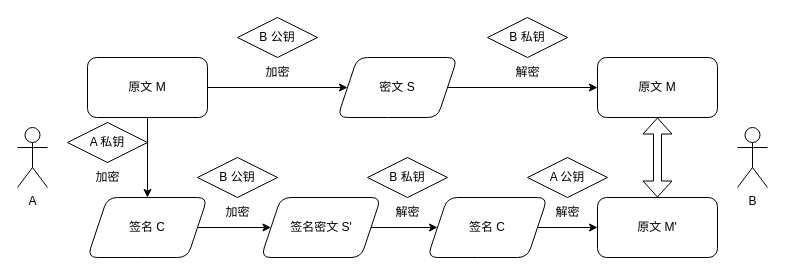
This is 利用RSA进行数字签名的过程.drawio from ETXIN/drawio, a draw.io file, before an edit. Source tidied: cells renumbered, new cells numbered last; positions are measured from the earlier drawing's top-left corner, leaving out a move shared by most shapes. Both pictures are drawn from the tidied source at 100%, with x=0, y=0 at pixel (17, 17).
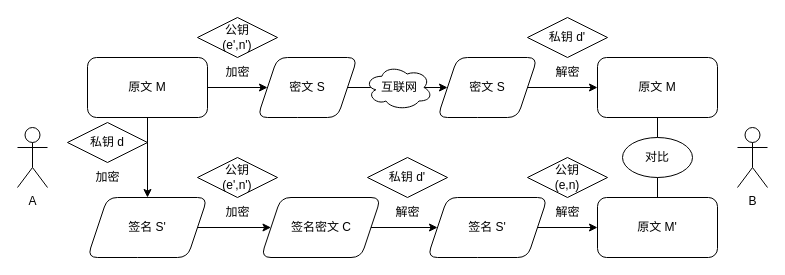
Above is the later version.

Commit message:
更新利用RSA进行数字签名的过程.drawio

The change refers to these unchanged cells:
```xml
<mxCell id="7" value="原文 M" style="whiteSpace=wrap;html=1;rounded=1;" parent="1" vertex="1">
  <mxGeometry x="580" y="40" width="120" height="60" as="geometry" />
</mxCell>
<mxCell id="19" value="原文 M'" style="whiteSpace=wrap;html=1;rounded=1;" parent="1" vertex="1">
  <mxGeometry x="580" y="180" width="120" height="60" as="geometry" />
</mxCell>
```

What changed in the source:
```diff
@@
-    <mxCell id="5" style="edgeStyle=orthogonalEdgeStyle;rounded=0;jettySize=auto;html=1;" parent="1" edge="1" source="6" target="7">
-      <mxGeometry relative="1" as="geometry" />
-    </mxCell>
+    <mxCell id="30" style="edgeStyle=orthogonalEdgeStyle;rounded=0;jettySize=auto;html=1;exitX=1;exitY=0.5;exitDx=0;exitDy=0;entryX=0;entryY=0.5;entryDx=0;entryDy=0;endArrow=classic;endFill=1;" parent="1" edge="1" source="6" target="33">
+      <mxGeometry relative="1" as="geometry" />
+    </mxCell>
     <mxCell id="6" value="密文 S" style="shape=parallelogram;perimeter=parallelogramPerimeter;whiteSpace=wrap;html=1;fixedSize=1;rounded=1;" parent="1" vertex="1">
-      <mxGeometry x="320" y="40" width="120" height="60" as="geometry" />
+      <mxGeometry x="240" y="40" width="100" height="60" as="geometry" />
     </mxCell>
+    <mxCell id="31" style="edgeStyle=orthogonalEdgeStyle;rounded=0;jettySize=auto;html=1;exitX=0.5;exitY=1;exitDx=0;exitDy=0;endArrow=none;endFill=0;" parent="1" edge="1" source="7" target="36">
+      <mxGeometry relative="1" as="geometry" />
+    </mxCell>
@@
     <mxCell id="8" value="&lt;div&gt;加密&lt;/div&gt;" style="text;html=1;align=center;verticalAlign=middle;strokeColor=none;fillColor=none;" parent="1" vertex="1">
-      <mxGeometry x="235" y="40" width="50" height="30" as="geometry" />
+      <mxGeometry x="195" y="40" width="50" height="30" as="geometry" />
     </mxCell>
     <mxCell id="9" value="&lt;div&gt;解密&lt;/div&gt;" style="text;align=center;verticalAlign=middle;strokeColor=none;fillColor=none;html=1;" parent="1" vertex="1">
-      <mxGeometry x="485" y="40" width="50" height="30" as="geometry" />
+      <mxGeometry x="525" y="40" width="50" height="30" as="geometry" />
     </mxCell>
-    <mxCell id="10" value="&lt;div&gt;B 公钥&lt;/div&gt;" style="rhombus;whiteSpace=wrap;html=1;fillColor=default;" parent="1" vertex="1">
-      <mxGeometry x="220" width="80" height="40" as="geometry" />
+    <mxCell id="10" value="&lt;div&gt;公钥&lt;/div&gt;&lt;div&gt;(e',n')&lt;/div&gt;" style="rhombus;whiteSpace=wrap;html=1;fillColor=default;" parent="1" vertex="1">
+      <mxGeometry x="180" width="80" height="40" as="geometry" />
     </mxCell>
-    <mxCell id="11" value="&lt;div&gt;B 私钥&lt;/div&gt;" style="rhombus;whiteSpace=wrap;html=1;fillColor=default;" parent="1" vertex="1">
-      <mxGeometry x="470" width="80" height="40" as="geometry" />
+    <mxCell id="11" value="&lt;div&gt;私钥 d'&lt;/div&gt;" style="rhombus;whiteSpace=wrap;html=1;fillColor=default;" parent="1" vertex="1">
+      <mxGeometry x="510" width="80" height="40" as="geometry" />
     </mxCell>
@@
-    <mxCell id="14" value="签名 C" style="shape=parallelogram;perimeter=parallelogramPerimeter;whiteSpace=wrap;html=1;fixedSize=1;rounded=1;" parent="1" vertex="1">
+    <mxCell id="14" value="签名 S'" style="shape=parallelogram;perimeter=parallelogramPerimeter;whiteSpace=wrap;html=1;fixedSize=1;rounded=1;" parent="1" vertex="1">
       <mxGeometry x="70" y="180" width="120" height="60" as="geometry" />
     </mxCell>
@@
-    <mxCell id="16" value="签名密文 S'" style="shape=parallelogram;perimeter=parallelogramPerimeter;whiteSpace=wrap;html=1;fixedSize=1;rounded=1;" parent="1" vertex="1">
+    <mxCell id="16" value="签名密文 C" style="shape=parallelogram;perimeter=parallelogramPerimeter;whiteSpace=wrap;html=1;fixedSize=1;rounded=1;" parent="1" vertex="1">
       <mxGeometry x="243.5" y="180" width="120" height="60" as="geometry" />
     </mxCell>
@@
-    <mxCell id="18" value="签名 C" style="shape=parallelogram;perimeter=parallelogramPerimeter;whiteSpace=wrap;html=1;fixedSize=1;rounded=1;" parent="1" vertex="1">
+    <mxCell id="18" value="签名 S'" style="shape=parallelogram;perimeter=parallelogramPerimeter;whiteSpace=wrap;html=1;fixedSize=1;rounded=1;" parent="1" vertex="1">
       <mxGeometry x="410" y="180" width="120" height="60" as="geometry" />
     </mxCell>
@@
-    <mxCell id="20" style="shape=flexArrow;endArrow=classic;startArrow=classic;html=1;rounded=0;strokeColor=default;entryX=0.5;entryY=1;entryDx=0;entryDy=0;exitX=0.5;exitY=0;exitDx=0;exitDy=0;startSize=5;endSize=5;width=8;" parent="1" edge="1" source="19" target="7">
-      <mxGeometry relative="1" as="geometry" />
-    </mxCell>
@@
-    <mxCell id="23" value="&lt;div&gt;B 公钥&lt;/div&gt;" style="rhombus;whiteSpace=wrap;html=1;fillColor=default;" parent="1" vertex="1">
+    <mxCell id="23" value="&lt;div&gt;公钥&lt;/div&gt;&lt;div&gt;(e',n')&lt;br&gt;&lt;/div&gt;" style="rhombus;whiteSpace=wrap;html=1;fillColor=default;" parent="1" vertex="1">
       <mxGeometry x="180" y="140" width="80" height="40" as="geometry" />
     </mxCell>
@@
-    <mxCell id="25" value="&lt;div&gt;B 私钥&lt;/div&gt;" style="rhombus;whiteSpace=wrap;html=1;fillColor=default;" parent="1" vertex="1">
+    <mxCell id="25" value="&lt;div&gt;私钥 d'&lt;br&gt;&lt;/div&gt;" style="rhombus;whiteSpace=wrap;html=1;fillColor=default;" parent="1" vertex="1">
       <mxGeometry x="350" y="140" width="80" height="40" as="geometry" />
     </mxCell>
-    <mxCell id="26" value="&lt;div&gt;A 私钥&lt;br&gt;&lt;/div&gt;" style="rhombus;whiteSpace=wrap;html=1;fillColor=default;" parent="1" vertex="1">
+    <mxCell id="26" value="&lt;div&gt;私钥 d&lt;br&gt;&lt;/div&gt;" style="rhombus;whiteSpace=wrap;html=1;fillColor=default;" parent="1" vertex="1">
       <mxGeometry x="50" y="105" width="80" height="40" as="geometry" />
     </mxCell>
@@
-    <mxCell id="29" value="A 公钥" style="rhombus;whiteSpace=wrap;html=1;fillColor=default;" parent="1" vertex="1">
+    <mxCell id="29" value="&lt;div&gt;公钥&lt;br&gt;&lt;/div&gt;(e,n)" style="rhombus;whiteSpace=wrap;html=1;fillColor=default;" parent="1" vertex="1">
       <mxGeometry x="510" y="140" width="80" height="40" as="geometry" />
     </mxCell>
+    <mxCell id="32" style="edgeStyle=orthogonalEdgeStyle;rounded=0;jettySize=auto;html=1;exitX=1;exitY=0.5;exitDx=0;exitDy=0;endArrow=classic;endFill=1;" parent="1" edge="1" source="33" target="7">
+      <mxGeometry relative="1" as="geometry" />
+    </mxCell>
+    <mxCell id="33" value="密文 S" style="shape=parallelogram;perimeter=parallelogramPerimeter;whiteSpace=wrap;html=1;fixedSize=1;rounded=1;" parent="1" vertex="1">
+      <mxGeometry x="420" y="40" width="100" height="60" as="geometry" />
+    </mxCell>
+    <mxCell id="34" value="互联网" style="ellipse;shape=cloud;whiteSpace=wrap;html=1;" parent="1" vertex="1">
+      <mxGeometry x="347.5" y="47.5" width="67.5" height="45" as="geometry" />
+    </mxCell>
+    <mxCell id="35" style="edgeStyle=orthogonalEdgeStyle;rounded=0;jettySize=auto;html=1;endArrow=none;endFill=0;" parent="1" edge="1" source="36" target="19">
+      <mxGeometry relative="1" as="geometry" />
+    </mxCell>
+    <mxCell id="36" value="&lt;div&gt;对比&lt;/div&gt;" style="ellipse;whiteSpace=wrap;html=1;" parent="1" vertex="1">
+      <mxGeometry x="605" y="120" width="70" height="40" as="geometry" />
+    </mxCell>
```
